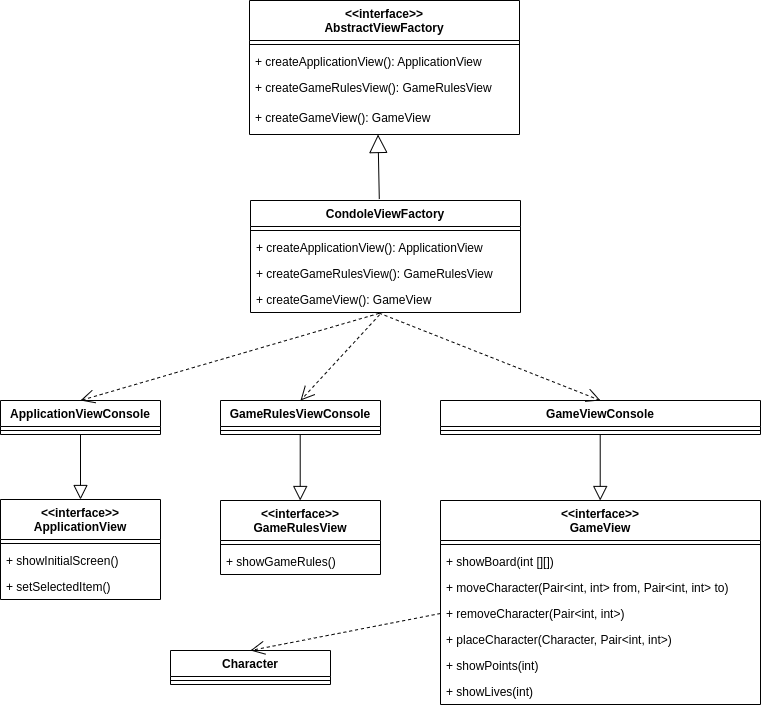
Above: architecture/images/view_component.png in Soykaa/Roguelike (draw.io), before the change. Source tidied: cells renumbered, new cells last; positions are measured from the earlier drawing's top-left corner, leaving out a move shared by most shapes.
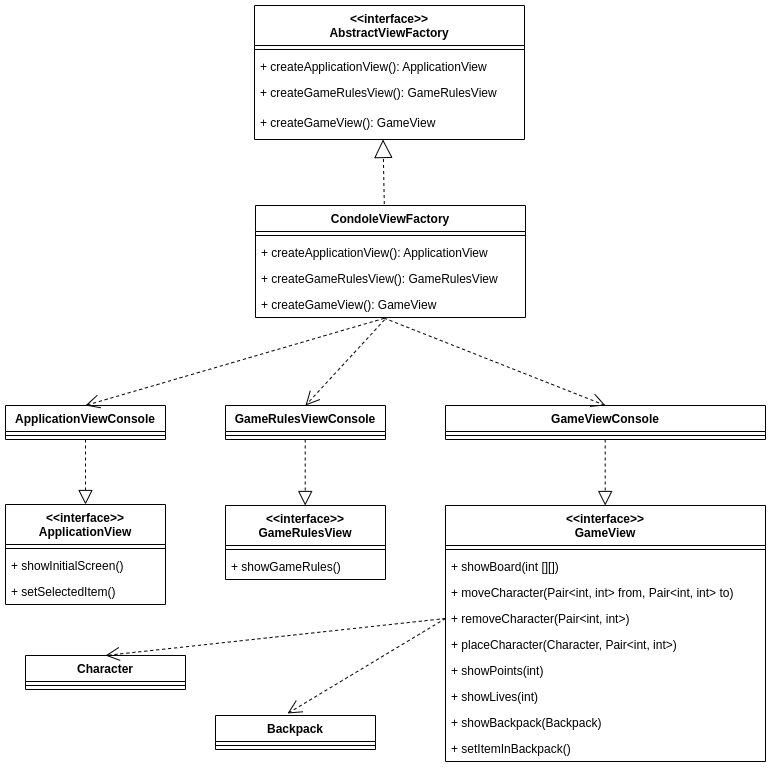
Above is the later version.

The edit, as a diff of the source:
```diff
@@ -35,15 +35,15 @@
     <mxCell id="12" value="ApplicationViewConsole" style="swimlane;fontStyle=1;align=center;verticalAlign=top;horizontal=1;startSize=26;" parent="1" vertex="1">
       <mxGeometry y="400" width="160" height="34" as="geometry" />
     </mxCell>
-    <mxCell id="13" style="line;strokeWidth=1;fillColor=none;align=left;verticalAlign=middle;spacingTop=-1;spacingLeft=3;spacingRight=3;labelPosition=right;" parent="12" vertex="1">
-      <mxGeometry y="26" width="160" height="8" as="geometry" />
-    </mxCell>
+    <mxCell id="43" style="line;strokeWidth=1;fillColor=none;align=left;verticalAlign=middle;spacingTop=-1;spacingLeft=3;spacingRight=3;labelPosition=right;" parent="12" vertex="1">
+      <mxGeometry y="26" width="160" height="8" as="geometry" />
+    </mxCell>
     <mxCell id="14" value="GameRulesViewConsole" style="swimlane;fontStyle=1;align=center;verticalAlign=top;horizontal=1;startSize=26;" parent="1" vertex="1">
       <mxGeometry x="220" y="400" width="160" height="34" as="geometry" />
     </mxCell>
-    <mxCell id="15" style="line;strokeWidth=1;fillColor=none;align=left;verticalAlign=middle;spacingTop=-1;spacingLeft=3;spacingRight=3;labelPosition=right;" parent="14" vertex="1">
-      <mxGeometry y="26" width="160" height="8" as="geometry" />
-    </mxCell>
+    <mxCell id="44" style="line;strokeWidth=1;fillColor=none;align=left;verticalAlign=middle;spacingTop=-1;spacingLeft=3;spacingRight=3;labelPosition=right;" parent="14" vertex="1">
+      <mxGeometry y="26" width="160" height="8" as="geometry" />
+    </mxCell>
     <mxCell id="16" value="GameViewConsole" style="swimlane;fontStyle=1;align=center;verticalAlign=top;horizontal=1;startSize=26;" parent="1" vertex="1">
       <mxGeometry x="440" y="400" width="320" height="34" as="geometry" />
     </mxCell>
@@ -53,9 +53,9 @@
     <mxCell id="18" value="&lt;&lt;interface&gt;&gt;&#10;ApplicationView" style="swimlane;fontStyle=1;align=center;verticalAlign=top;horizontal=1;startSize=40;" parent="1" vertex="1">
       <mxGeometry y="499" width="160" height="100" as="geometry" />
     </mxCell>
-    <mxCell id="19" style="line;strokeWidth=1;fillColor=none;align=left;verticalAlign=middle;spacingTop=-1;spacingLeft=3;spacingRight=3;labelPosition=right;" parent="18" vertex="1">
-      <mxGeometry y="40" width="160" height="8" as="geometry" />
-    </mxCell>
+    <mxCell id="45" style="line;strokeWidth=1;fillColor=none;align=left;verticalAlign=middle;spacingTop=-1;spacingLeft=3;spacingRight=3;labelPosition=right;" parent="18" vertex="1">
+      <mxGeometry y="40" width="160" height="8" as="geometry" />
+    </mxCell>
     <mxCell id="20" value="+ showInitialScreen()" style="text;strokeColor=none;fillColor=none;align=left;verticalAlign=top;spacingLeft=4;spacingRight=4;overflow=hidden;" parent="18" vertex="1">
       <mxGeometry y="48" width="160" height="26" as="geometry" />
     </mxCell>
@@ -65,14 +65,14 @@
     <mxCell id="22" value="&lt;&lt;interface&gt;&gt;&#10;GameRulesView" style="swimlane;fontStyle=1;align=center;verticalAlign=top;horizontal=1;startSize=40;" parent="1" vertex="1">
       <mxGeometry x="220" y="500" width="160" height="74" as="geometry" />
     </mxCell>
-    <mxCell id="23" style="line;strokeWidth=1;fillColor=none;align=left;verticalAlign=middle;spacingTop=-1;spacingLeft=3;spacingRight=3;labelPosition=right;" parent="22" vertex="1">
-      <mxGeometry y="40" width="160" height="8" as="geometry" />
-    </mxCell>
+    <mxCell id="46" style="line;strokeWidth=1;fillColor=none;align=left;verticalAlign=middle;spacingTop=-1;spacingLeft=3;spacingRight=3;labelPosition=right;" parent="22" vertex="1">
+      <mxGeometry y="40" width="160" height="8" as="geometry" />
+    </mxCell>
     <mxCell id="24" value="+ showGameRules()" style="text;strokeColor=none;fillColor=none;align=left;verticalAlign=top;spacingLeft=4;spacingRight=4;overflow=hidden;" parent="22" vertex="1">
       <mxGeometry y="48" width="160" height="26" as="geometry" />
     </mxCell>
     <mxCell id="25" value="&lt;&lt;interface&gt;&gt;&#10;GameView" style="swimlane;fontStyle=1;align=center;verticalAlign=top;horizontal=1;startSize=40;" parent="1" vertex="1">
-      <mxGeometry x="440" y="500" width="320" height="204" as="geometry" />
+      <mxGeometry x="440" y="500" width="320" height="256" as="geometry" />
     </mxCell>
     <mxCell id="26" style="line;strokeWidth=1;fillColor=none;align=left;verticalAlign=middle;spacingTop=-1;spacingLeft=3;spacingRight=3;labelPosition=right;" parent="25" vertex="1">
       <mxGeometry y="40" width="320" height="8" as="geometry" />
@@ -95,30 +95,36 @@
     <mxCell id="32" value="+ showLives(int)" style="text;strokeColor=none;fillColor=none;align=left;verticalAlign=top;spacingLeft=4;spacingRight=4;overflow=hidden;" parent="25" vertex="1">
       <mxGeometry y="178" width="320" height="26" as="geometry" />
     </mxCell>
+    <mxCell id="47" value="+ showBackpack(Backpack)" style="text;strokeColor=none;fillColor=none;align=left;verticalAlign=top;spacingLeft=4;spacingRight=4;overflow=hidden;" parent="25" vertex="1">
+      <mxGeometry y="204" width="320" height="26" as="geometry" />
+    </mxCell>
+    <mxCell id="48" value="+ setItemInBackpack()" style="text;strokeColor=none;fillColor=none;align=left;verticalAlign=top;spacingLeft=4;spacingRight=4;overflow=hidden;" parent="25" vertex="1">
+      <mxGeometry y="230" width="320" height="26" as="geometry" />
+    </mxCell>
     <mxCell id="33" value="Character" style="swimlane;fontStyle=1;align=center;verticalAlign=top;horizontal=1;startSize=26;" parent="1" vertex="1">
-      <mxGeometry x="170" y="650" width="160" height="34" as="geometry" />
+      <mxGeometry x="20" y="650" width="160" height="34" as="geometry" />
     </mxCell>
-    <mxCell id="34" style="line;strokeWidth=1;fillColor=none;align=left;verticalAlign=middle;spacingTop=-1;spacingLeft=3;spacingRight=3;labelPosition=right;" parent="33" vertex="1">
-      <mxGeometry y="26" width="160" height="8" as="geometry" />
-    </mxCell>
+    <mxCell id="49" style="line;strokeWidth=1;fillColor=none;align=left;verticalAlign=middle;spacingTop=-1;spacingLeft=3;spacingRight=3;labelPosition=right;" parent="33" vertex="1">
+      <mxGeometry y="26" width="160" height="8" as="geometry" />
+    </mxCell>
-    <mxCell id="35" style="endArrow=block;endSize=16;endFill=0;html=1;exitX=0.477;exitY=-0.013;exitDx=0;exitDy=0;entryX=0.476;entryY=1;entryDx=0;entryDy=0;entryPerimeter=0;exitPerimeter=0;" parent="1" edge="1" source="7" target="6">
+    <mxCell id="35" style="endArrow=block;endSize=16;endFill=0;html=1;exitX=0.477;exitY=-0.013;exitDx=0;exitDy=0;entryX=0.476;entryY=1;entryDx=0;entryDy=0;entryPerimeter=0;exitPerimeter=0;dashed=1;" parent="1" edge="1" source="7" target="6">
       <mxGeometry relative="1" as="geometry" />
     </mxCell>
-    <mxCell id="36" style="endArrow=block;endFill=0;endSize=12;html=1;rounded=0;exitX=0.5;exitY=1;exitDx=0;exitDy=0;entryX=0.5;entryY=0;entryDx=0;entryDy=0;" parent="1" edge="1" source="12" target="18">
+    <mxCell id="36" style="endArrow=block;endFill=0;endSize=12;html=1;rounded=0;exitX=0.5;exitY=1;exitDx=0;exitDy=0;entryX=0.5;entryY=0;entryDx=0;entryDy=0;dashed=1;" parent="1" edge="1" source="12" target="18">
       <mxGeometry relative="1" as="geometry" />
     </mxCell>
-    <mxCell id="37" style="endArrow=block;endFill=0;endSize=12;html=1;rounded=0;exitX=0.5;exitY=1;exitDx=0;exitDy=0;entryX=0.5;entryY=0;entryDx=0;entryDy=0;" parent="1" edge="1">
-      <mxGeometry relative="1" as="geometry">
-        <mxPoint x="299.7" y="434" as="sourcePoint" />
-        <mxPoint x="299.7" y="500" as="targetPoint" />
-      </mxGeometry>
-    </mxCell>
-    <mxCell id="38" style="endArrow=block;endFill=0;endSize=12;html=1;rounded=0;exitX=0.5;exitY=1;exitDx=0;exitDy=0;entryX=0.5;entryY=0;entryDx=0;entryDy=0;" parent="1" edge="1">
-      <mxGeometry relative="1" as="geometry">
-        <mxPoint x="599.7" y="434" as="sourcePoint" />
-        <mxPoint x="599.7" y="500" as="targetPoint" />
-      </mxGeometry>
-    </mxCell>
+    <mxCell id="50" style="endArrow=block;endFill=0;endSize=12;html=1;rounded=0;exitX=0.5;exitY=1;exitDx=0;exitDy=0;entryX=0.5;entryY=0;entryDx=0;entryDy=0;dashed=1;" parent="1" edge="1">
+      <mxGeometry relative="1" as="geometry">
+        <mxPoint x="299.7" y="434" as="sourcePoint" />
+        <mxPoint x="299.7" y="500" as="targetPoint" />
+      </mxGeometry>
+    </mxCell>
+    <mxCell id="51" style="endArrow=block;endFill=0;endSize=12;html=1;rounded=0;exitX=0.5;exitY=1;exitDx=0;exitDy=0;entryX=0.5;entryY=0;entryDx=0;entryDy=0;dashed=1;" parent="1" edge="1">
+      <mxGeometry relative="1" as="geometry">
+        <mxPoint x="599.7" y="434" as="sourcePoint" />
+        <mxPoint x="599.7" y="500" as="targetPoint" />
+      </mxGeometry>
+    </mxCell>
     <mxCell id="39" style="endArrow=open;endFill=1;endSize=12;html=1;rounded=0;exitX=0.476;exitY=1.033;exitDx=0;exitDy=0;exitPerimeter=0;entryX=0.5;entryY=0;entryDx=0;entryDy=0;dashed=1;" parent="1" edge="1" source="11" target="12">
       <mxGeometry relative="1" as="geometry" />
     </mxCell>
@@ -131,5 +137,14 @@
     <mxCell id="42" style="endArrow=open;endFill=1;endSize=12;html=1;rounded=0;dashed=1;exitX=0;exitY=0.5;exitDx=0;exitDy=0;entryX=0.5;entryY=0;entryDx=0;entryDy=0;" parent="1" edge="1" source="29" target="33">
       <mxGeometry relative="1" as="geometry" />
     </mxCell>
+    <mxCell id="52" value="Backpack" style="swimlane;fontStyle=1;align=center;verticalAlign=top;horizontal=1;startSize=26;" parent="1" vertex="1">
+      <mxGeometry x="210" y="710" width="160" height="34" as="geometry" />
+    </mxCell>
+    <mxCell id="53" style="line;strokeWidth=1;fillColor=none;align=left;verticalAlign=middle;spacingTop=-1;spacingLeft=3;spacingRight=3;labelPosition=right;" parent="52" vertex="1">
+      <mxGeometry y="26" width="160" height="8" as="geometry" />
+    </mxCell>
+    <mxCell id="54" style="endArrow=open;endFill=1;endSize=12;html=1;rounded=0;dashed=1;exitX=0;exitY=0.5;exitDx=0;exitDy=0;entryX=0.45;entryY=-0.059;entryDx=0;entryDy=0;entryPerimeter=0;" parent="1" edge="1" source="29" target="52">
+      <mxGeometry relative="1" as="geometry" />
+    </mxCell>
   </root>
 </mxGraphModel>
```
